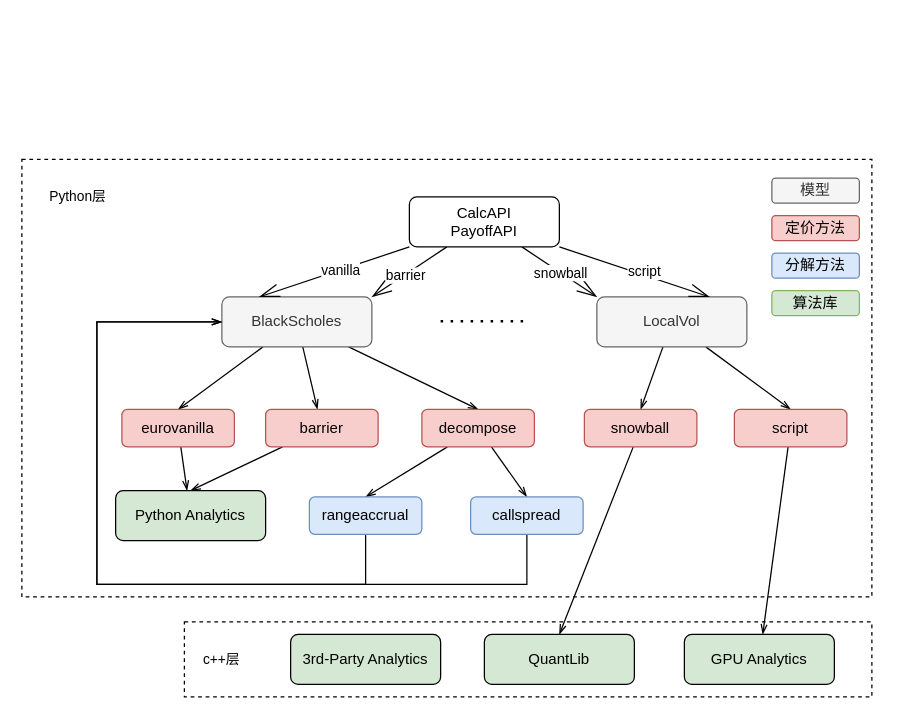
blshao84/VaRReportingSys keeps this draw.io diagram as page "Analytics" (14 of 16) of quant-dev-platform.drawio. Above is the earlier version. Source tidied: cells renumbered, new cells numbered last; positions are measured from the earlier drawing's top-left corner, leaving out a move shared by most shapes. Both pictures are drawn from the tidied source at 125%, with x=0, y=0 at pixel (21, 159).
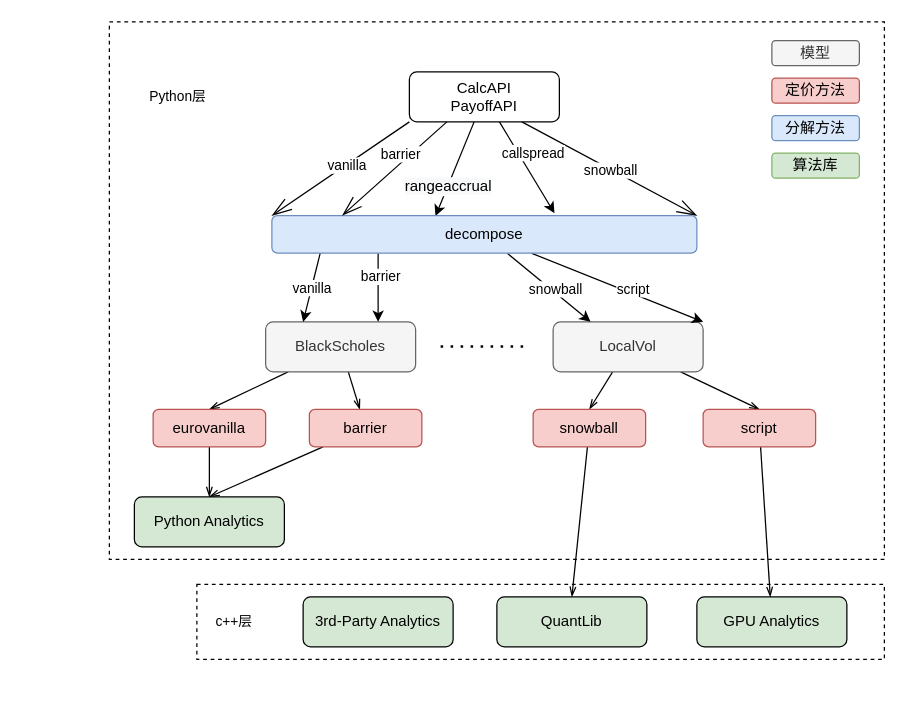
The same diagram, later.

Diff of the diagram source:
```diff
@@
     <mxCell id="2" style="rounded=0;whiteSpace=wrap;html=1;fontSize=11;dashed=1;fillColor=none;strokeColor=#000000;" parent="1" vertex="1">
-      <mxGeometry width="680" height="350" as="geometry" />
+      <mxGeometry x="70" y="-110" width="620" height="430" as="geometry" />
     </mxCell>
     <mxCell id="3" style="rounded=0;whiteSpace=wrap;html=1;fontSize=11;dashed=1;fillColor=none;strokeColor=#000000;" parent="1" vertex="1">
-      <mxGeometry x="130" y="370" width="550" height="60" as="geometry" />
+      <mxGeometry x="140" y="340" width="550" height="60" as="geometry" />
     </mxCell>
     <mxCell id="4" value="QuantLib" style="rounded=1;whiteSpace=wrap;html=1;hachureGap=4;fillColor=#d5e8d4;strokeColor=#000000;" parent="1" vertex="1">
-      <mxGeometry x="370" y="380" width="120" height="40" as="geometry" />
+      <mxGeometry x="380" y="350" width="120" height="40" as="geometry" />
     </mxCell>
     <mxCell id="5" value="GPU Analytics" style="rounded=1;whiteSpace=wrap;html=1;hachureGap=4;fillColor=#d5e8d4;strokeColor=#000000;" parent="1" vertex="1">
-      <mxGeometry x="530" y="380" width="120" height="40" as="geometry" />
+      <mxGeometry x="540" y="350" width="120" height="40" as="geometry" />
     </mxCell>
@@
-    <mxCell id="8" style="edgeStyle=none;rounded=0;jettySize=auto;html=1;entryX=0.5;entryY=0;entryDx=0;entryDy=0;labelBackgroundColor=none;fontSize=12;fontColor=#000000;startArrow=none;startFill=0;endArrow=openThin;endFill=0;strokeColor=#000000;" parent="1" edge="1" source="9" target="27">
-      <mxGeometry relative="1" as="geometry" />
-    </mxCell>
     <mxCell id="9" value="BlackScholes" style="rounded=1;whiteSpace=wrap;html=1;hachureGap=4;fillColor=#f5f5f5;strokeColor=#666666;fontColor=#333333;" parent="1" vertex="1">
-      <mxGeometry x="160" y="110" width="120" height="40" as="geometry" />
+      <mxGeometry x="195" y="130" width="120" height="40" as="geometry" />
     </mxCell>
@@
     <mxCell id="12" value="LocalVol" style="rounded=1;whiteSpace=wrap;html=1;hachureGap=4;fillColor=#f5f5f5;strokeColor=#666666;fontColor=#333333;" parent="1" vertex="1">
-      <mxGeometry x="460" y="110" width="120" height="40" as="geometry" />
+      <mxGeometry x="425" y="130" width="120" height="40" as="geometry" />
     </mxCell>
     <mxCell id="13" style="endArrow=none;dashed=1;html=1;dashPattern=1 3;strokeWidth=2;startSize=14;endSize=14;sourcePerimeterSpacing=8;targetPerimeterSpacing=8;" parent="1" edge="1">
       <mxGeometry relative="1" as="geometry">
-        <mxPoint x="335" y="129.5" as="sourcePoint" />
-        <mxPoint x="405" y="129.5" as="targetPoint" />
+        <mxPoint x="335" y="149.7" as="sourcePoint" />
+        <mxPoint x="405" y="149.7" as="targetPoint" />
       </mxGeometry>
     </mxCell>
-    <mxCell id="14" style="edgeStyle=none;curved=1;rounded=0;jettySize=auto;html=1;entryX=0.25;entryY=0;entryDx=0;entryDy=0;endArrow=openThin;startSize=14;endSize=14;sourcePerimeterSpacing=8;targetPerimeterSpacing=8;endFill=0;exitX=0;exitY=1;exitDx=0;exitDy=0;" parent="1" edge="1" source="22" target="9">
+    <mxCell id="14" style="edgeStyle=none;curved=1;rounded=0;jettySize=auto;html=1;entryX=0;entryY=0;entryDx=0;entryDy=0;endArrow=openThin;startSize=14;endSize=14;sourcePerimeterSpacing=8;targetPerimeterSpacing=8;endFill=0;exitX=0;exitY=1;exitDx=0;exitDy=0;" parent="1" edge="1" source="22" target="27">
       <mxGeometry relative="1" as="geometry" />
     </mxCell>
@@
-    <mxCell id="16" style="edgeStyle=none;curved=1;rounded=0;jettySize=auto;html=1;entryX=0.75;entryY=0;entryDx=0;entryDy=0;endArrow=openThin;startSize=14;endSize=14;sourcePerimeterSpacing=8;targetPerimeterSpacing=8;endFill=0;exitX=1;exitY=1;exitDx=0;exitDy=0;" parent="1" edge="1" source="22" target="12">
-      <mxGeometry relative="1" as="geometry" />
-    </mxCell>
-    <mxCell id="17" value="script" style="edgeLabel;html=1;align=center;verticalAlign=middle;" parent="16" vertex="1">
-      <mxGeometry x="0.1" y="3" relative="1" as="geometry" />
-    </mxCell>
-    <mxCell id="18" style="edgeStyle=none;curved=1;rounded=0;jettySize=auto;html=1;entryX=1;entryY=0;entryDx=0;entryDy=0;endArrow=openThin;startSize=14;endSize=14;sourcePerimeterSpacing=8;targetPerimeterSpacing=8;endFill=0;exitX=0.25;exitY=1;exitDx=0;exitDy=0;" parent="1" edge="1" source="22" target="9">
-      <mxGeometry relative="1" as="geometry" />
-    </mxCell>
-    <mxCell id="19" value="barrier" style="edgeLabel;html=1;align=center;verticalAlign=middle;" parent="18" vertex="1">
-      <mxGeometry x="0.12" y="-1" relative="1" as="geometry">
-        <mxPoint y="1" as="offset" />
-      </mxGeometry>
-    </mxCell>
-    <mxCell id="20" style="edgeStyle=none;curved=1;rounded=0;jettySize=auto;html=1;entryX=0;entryY=0;entryDx=0;entryDy=0;endArrow=openThin;startSize=14;endSize=14;sourcePerimeterSpacing=8;targetPerimeterSpacing=8;endFill=0;exitX=0.75;exitY=1;exitDx=0;exitDy=0;" parent="1" edge="1" source="22" target="12">
+    <mxCell id="20" style="edgeStyle=none;curved=1;rounded=0;jettySize=auto;html=1;endArrow=openThin;startSize=14;endSize=14;sourcePerimeterSpacing=8;targetPerimeterSpacing=8;endFill=0;exitX=0.75;exitY=1;exitDx=0;exitDy=0;entryX=1;entryY=0;entryDx=0;entryDy=0;" parent="1" edge="1" source="22" target="27">
       <mxGeometry relative="1" as="geometry" />
     </mxCell>
@@
+    <mxCell id="47" style="edgeStyle=none;rounded=0;jettySize=auto;html=1;entryX=0.385;entryY=0.012;entryDx=0;entryDy=0;entryPerimeter=0;" parent="1" edge="1" source="22" target="27">
+      <mxGeometry relative="1" as="geometry" />
+    </mxCell>
+    <mxCell id="37" value="&lt;span style=&quot;font-size: 12px ; background-color: rgb(248 , 249 , 250)&quot;&gt;rangeaccrual&lt;/span&gt;" style="edgeLabel;html=1;align=center;verticalAlign=middle;points=[];" parent="47" vertex="1">
+      <mxGeometry x="-0.17" relative="1" as="geometry">
+        <mxPoint x="-8" y="20" as="offset" />
+      </mxGeometry>
+    </mxCell>
+    <mxCell id="48" style="edgeStyle=none;rounded=0;jettySize=auto;html=1;entryX=0.665;entryY=-0.063;entryDx=0;entryDy=0;entryPerimeter=0;" parent="1" edge="1" source="22" target="27">
+      <mxGeometry relative="1" as="geometry" />
+    </mxCell>
+    <mxCell id="39" value="callspread" style="edgeLabel;html=1;align=center;verticalAlign=middle;points=[];" parent="48" vertex="1">
+      <mxGeometry x="0.23" relative="1" as="geometry">
+        <mxPoint y="-20" as="offset" />
+      </mxGeometry>
+    </mxCell>
     <mxCell id="22" value="CalcAPI&lt;br&gt;PayoffAPI" style="rounded=1;whiteSpace=wrap;html=1;hachureGap=4;" parent="1" vertex="1">
-      <mxGeometry x="310" y="30" width="120" height="40" as="geometry" />
+      <mxGeometry x="310" y="-70" width="120" height="40" as="geometry" />
     </mxCell>
     <mxCell id="23" value="c++层" style="text;html=1;strokeColor=none;fillColor=none;align=center;verticalAlign=middle;whiteSpace=wrap;rounded=0;fontSize=11;" parent="1" vertex="1">
-      <mxGeometry x="125" y="385" width="70" height="30" as="geometry" />
+      <mxGeometry x="135" y="355" width="70" height="30" as="geometry" />
     </mxCell>
     <mxCell id="24" value="Python层" style="text;html=1;strokeColor=none;fillColor=none;align=center;verticalAlign=middle;whiteSpace=wrap;rounded=0;fontSize=11;" parent="1" vertex="1">
-      <mxGeometry x="10" y="15" width="70" height="30" as="geometry" />
+      <mxGeometry x="90" y="-65" width="70" height="30" as="geometry" />
     </mxCell>
-    <mxCell id="25" style="edgeStyle=none;rounded=0;jettySize=auto;html=1;entryX=0.5;entryY=0;entryDx=0;entryDy=0;labelBackgroundColor=none;fontSize=12;fontColor=#000000;startArrow=none;startFill=0;endArrow=openThin;endFill=0;strokeColor=#000000;" parent="1" edge="1" source="27" target="37">
-      <mxGeometry relative="1" as="geometry" />
-    </mxCell>
-    <mxCell id="26" style="edgeStyle=none;rounded=0;jettySize=auto;html=1;entryX=0.5;entryY=0;entryDx=0;entryDy=0;labelBackgroundColor=none;fontSize=12;fontColor=#000000;startArrow=none;startFill=0;endArrow=openThin;endFill=0;strokeColor=#000000;" parent="1" edge="1" source="27" target="39">
-      <mxGeometry relative="1" as="geometry" />
-    </mxCell>
+    <mxCell id="49" value="vanilla" style="rounded=0;jettySize=auto;html=1;entryX=0.25;entryY=0;entryDx=0;entryDy=0;exitX=0.114;exitY=0.989;exitDx=0;exitDy=0;exitPerimeter=0;" parent="1" edge="1" source="27" target="9">
+      <mxGeometry relative="1" as="geometry" />
+    </mxCell>
+    <mxCell id="50" style="edgeStyle=none;rounded=0;jettySize=auto;html=1;entryX=0.75;entryY=0;entryDx=0;entryDy=0;exitX=0.25;exitY=1;exitDx=0;exitDy=0;" parent="1" edge="1" source="27" target="9">
+      <mxGeometry relative="1" as="geometry" />
+    </mxCell>
+    <mxCell id="51" value="barrier" style="edgeLabel;html=1;align=center;verticalAlign=middle;" parent="50" vertex="1">
+      <mxGeometry x="-0.36" y="2" relative="1" as="geometry" />
+    </mxCell>
+    <mxCell id="52" style="edgeStyle=none;rounded=0;jettySize=auto;html=1;entryX=0.25;entryY=0;entryDx=0;entryDy=0;" parent="1" edge="1" source="27" target="12">
+      <mxGeometry relative="1" as="geometry" />
+    </mxCell>
+    <mxCell id="53" value="snowball" style="edgeLabel;html=1;align=center;verticalAlign=middle;" parent="52" vertex="1">
+      <mxGeometry x="0.11" y="2" relative="1" as="geometry" />
+    </mxCell>
+    <mxCell id="54" style="edgeStyle=none;rounded=0;jettySize=auto;html=1;entryX=1;entryY=0;entryDx=0;entryDy=0;" parent="1" edge="1" source="27" target="12">
+      <mxGeometry relative="1" as="geometry" />
+    </mxCell>
+    <mxCell id="17" value="script" style="edgeLabel;html=1;align=center;verticalAlign=middle;" parent="54" vertex="1">
+      <mxGeometry x="0.35" y="-1" relative="1" as="geometry">
+        <mxPoint x="-11" y="-10" as="offset" />
+      </mxGeometry>
+    </mxCell>
-    <mxCell id="27" value="decompose" style="rounded=1;whiteSpace=wrap;html=1;hachureGap=4;fillColor=#f8cecc;strokeColor=#b85450;" parent="1" vertex="1">
-      <mxGeometry x="320" y="200" width="90" height="30" as="geometry" />
+    <mxCell id="27" value="decompose" style="rounded=1;whiteSpace=wrap;html=1;hachureGap=4;fillColor=#dae8fc;strokeColor=#6c8ebf;" parent="1" vertex="1">
+      <mxGeometry x="200" y="45" width="340" height="30" as="geometry" />
     </mxCell>
@@
     <mxCell id="29" value="eurovanilla" style="rounded=1;whiteSpace=wrap;html=1;hachureGap=4;fillColor=#f8cecc;strokeColor=#b85450;" parent="1" vertex="1">
-      <mxGeometry x="80" y="200" width="90" height="30" as="geometry" />
+      <mxGeometry x="105" y="200" width="90" height="30" as="geometry" />
     </mxCell>
@@
     <mxCell id="31" value="barrier" style="rounded=1;whiteSpace=wrap;html=1;hachureGap=4;fillColor=#f8cecc;strokeColor=#b85450;" parent="1" vertex="1">
-      <mxGeometry x="195" y="200" width="90" height="30" as="geometry" />
+      <mxGeometry x="230" y="200" width="90" height="30" as="geometry" />
     </mxCell>
@@
     <mxCell id="33" value="snowball" style="rounded=1;whiteSpace=wrap;html=1;hachureGap=4;fillColor=#f8cecc;strokeColor=#b85450;" parent="1" vertex="1">
-      <mxGeometry x="450" y="200" width="90" height="30" as="geometry" />
+      <mxGeometry x="409" y="200" width="90" height="30" as="geometry" />
     </mxCell>
@@
     <mxCell id="35" value="script" style="rounded=1;whiteSpace=wrap;html=1;hachureGap=4;fillColor=#f8cecc;strokeColor=#b85450;" parent="1" vertex="1">
-      <mxGeometry x="570" y="200" width="90" height="30" as="geometry" />
+      <mxGeometry x="545" y="200" width="90" height="30" as="geometry" />
     </mxCell>
-    <mxCell id="36" style="edgeStyle=orthogonalEdgeStyle;rounded=0;jettySize=auto;html=1;entryX=0;entryY=0.5;entryDx=0;entryDy=0;labelBackgroundColor=none;fontSize=12;fontColor=#000000;startArrow=none;startFill=0;endArrow=openThin;endFill=0;strokeColor=#000000;" parent="1" edge="1" source="37" target="9">
-      <mxGeometry relative="1" as="geometry">
-        <Array as="points">
-          <mxPoint x="275" y="340" />
-          <mxPoint x="60" y="340" />
-          <mxPoint x="60" y="130" />
-        </Array>
-      </mxGeometry>
-    </mxCell>
-    <mxCell id="37" value="rangeaccrual" style="rounded=1;whiteSpace=wrap;html=1;hachureGap=4;fillColor=#dae8fc;strokeColor=#6c8ebf;" parent="1" vertex="1">
-      <mxGeometry x="230" y="270" width="90" height="30" as="geometry" />
-    </mxCell>
-    <mxCell id="38" style="edgeStyle=orthogonalEdgeStyle;rounded=0;jettySize=auto;html=1;entryX=0;entryY=0.5;entryDx=0;entryDy=0;labelBackgroundColor=none;fontSize=12;fontColor=#000000;startArrow=none;startFill=0;endArrow=openThin;endFill=0;strokeColor=#000000;" parent="1" edge="1" source="39" target="9">
-      <mxGeometry relative="1" as="geometry">
-        <Array as="points">
-          <mxPoint x="404" y="340" />
-          <mxPoint x="60" y="340" />
-          <mxPoint x="60" y="130" />
-        </Array>
-      </mxGeometry>
-    </mxCell>
-    <mxCell id="39" value="callspread" style="rounded=1;whiteSpace=wrap;html=1;hachureGap=4;fillColor=#dae8fc;strokeColor=#6c8ebf;" parent="1" vertex="1">
-      <mxGeometry x="359" y="270" width="90" height="30" as="geometry" />
-    </mxCell>
     <mxCell id="40" value="Python Analytics" style="rounded=1;whiteSpace=wrap;html=1;hachureGap=4;fillColor=#d5e8d4;strokeColor=#000000;" parent="1" vertex="1">
-      <mxGeometry x="75" y="265" width="120" height="40" as="geometry" />
+      <mxGeometry x="90" y="270" width="120" height="40" as="geometry" />
     </mxCell>
     <mxCell id="41" value="3rd-Party Analytics" style="rounded=1;whiteSpace=wrap;html=1;hachureGap=4;fillColor=#d5e8d4;strokeColor=#000000;" parent="1" vertex="1">
-      <mxGeometry x="215" y="380" width="120" height="40" as="geometry" />
+      <mxGeometry x="225" y="350" width="120" height="40" as="geometry" />
     </mxCell>
     <mxCell id="42" style="group;" parent="1" vertex="1">
-      <mxGeometry x="600" y="15" width="70" height="110" as="geometry" />
+      <mxGeometry x="600" y="-95" width="70" height="110" as="geometry" />
     </mxCell>
@@
+    <mxCell id="18" style="edgeStyle=none;curved=1;rounded=0;jettySize=auto;html=1;entryX=0.166;entryY=-0.01;entryDx=0;entryDy=0;endArrow=openThin;startSize=14;endSize=14;sourcePerimeterSpacing=8;targetPerimeterSpacing=8;endFill=0;exitX=0.25;exitY=1;exitDx=0;exitDy=0;entryPerimeter=0;" parent="1" edge="1" source="22" target="27">
+      <mxGeometry relative="1" as="geometry" />
+    </mxCell>
+    <mxCell id="19" value="barrier" style="edgeLabel;html=1;align=center;verticalAlign=middle;" parent="18" vertex="1">
+      <mxGeometry x="0.12" y="-1" relative="1" as="geometry">
+        <mxPoint x="10" y="-16" as="offset" />
+      </mxGeometry>
+    </mxCell>
```
